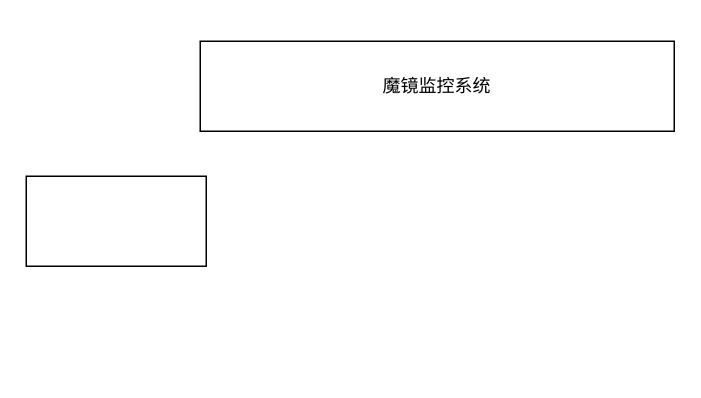
Above: 系统架构设计.drawio in FelixTt/repositoryForDraw.io (draw.io), before the change. Source tidied: cells renumbered, new cells numbered last; positions are measured from the earlier drawing's top-left corner, leaving out a move shared by most shapes. Both pictures are drawn from the tidied source at 150%, with x=0, y=0 at pixel (26, 40).
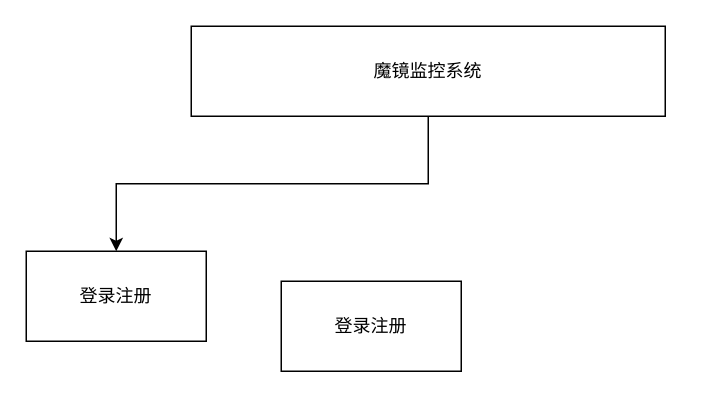
The same page after the edit.

Commit message:
Update 系统架构设计.drawio

Change to the diagram source:
```diff
@@
 <mxGraphModel>
   <root>
     <mxCell id="0" />
     <mxCell id="1" parent="0" />
     <mxCell id="2" value="魔镜监控系统" style="rounded=0;whiteSpace=wrap;html=1;" parent="1" vertex="1">
-      <mxGeometry x="116" width="316" height="60" as="geometry" />
+      <mxGeometry x="110" y="-10" width="316" height="60" as="geometry" />
     </mxCell>
-    <mxCell id="3" style="rounded=0;whiteSpace=wrap;html=1;" parent="1" vertex="1">
-      <mxGeometry y="90" width="120" height="60" as="geometry" />
+    <mxCell id="3" value="登录注册" style="rounded=0;whiteSpace=wrap;html=1;" parent="1" vertex="1">
+      <mxGeometry y="140" width="120" height="60" as="geometry" />
     </mxCell>
+    <mxCell id="4" value="登录注册" style="rounded=0;whiteSpace=wrap;html=1;" parent="1" vertex="1">
+      <mxGeometry x="170" y="160" width="120" height="60" as="geometry" />
+    </mxCell>
+    <mxCell id="5" style="edgeStyle=elbowEdgeStyle;elbow=vertical;endArrow=classic;html=1;rounded=0;entryX=0.5;entryY=0;entryDx=0;entryDy=0;exitX=0.5;exitY=1;exitDx=0;exitDy=0;" parent="1" edge="1" source="2" target="3">
+      <mxGeometry relative="1" as="geometry" />
+    </mxCell>
   </root>
 </mxGraphModel>
```
